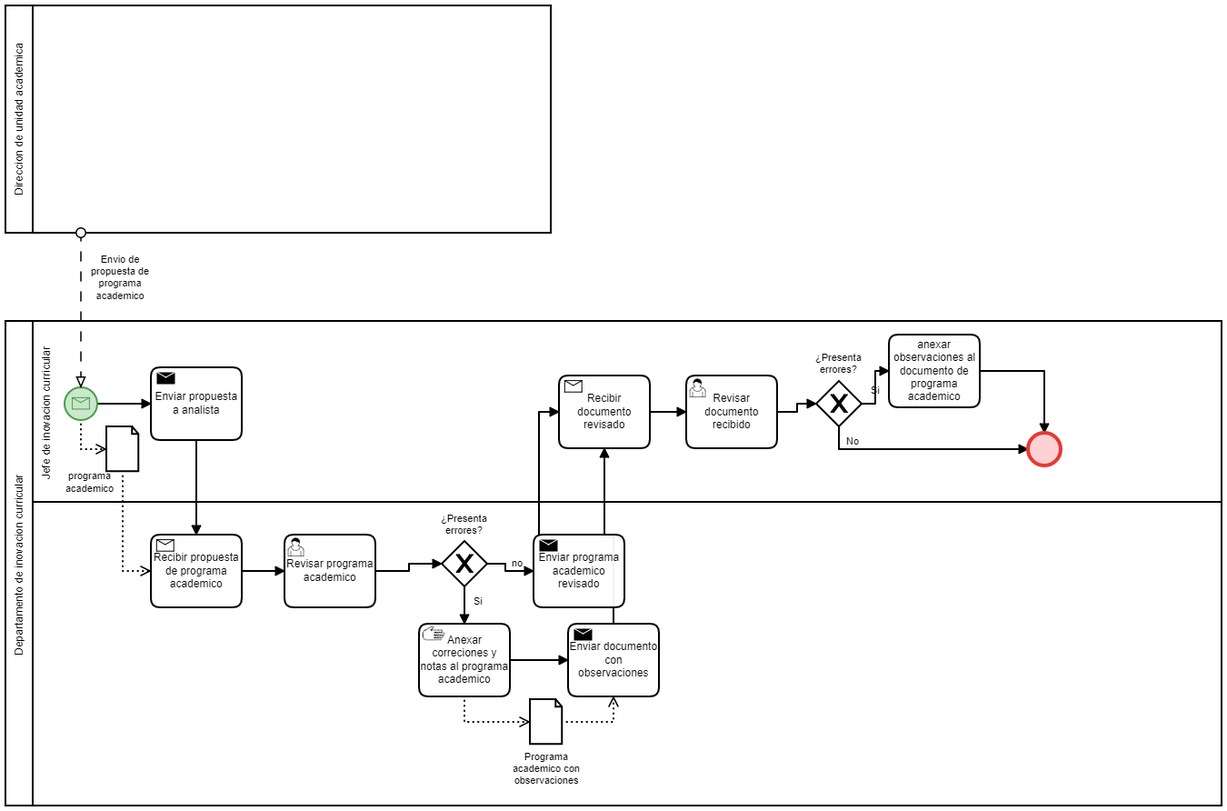
This is MACROPROCESO/proceso_validarPA.png from SoftwareEngineerESCOM/IngSof, a BPMN export, as it was before one commit. Its source is kept beside it as MACROPROCESO/proceso_validarPA.bpmn. Ids are renumbered.
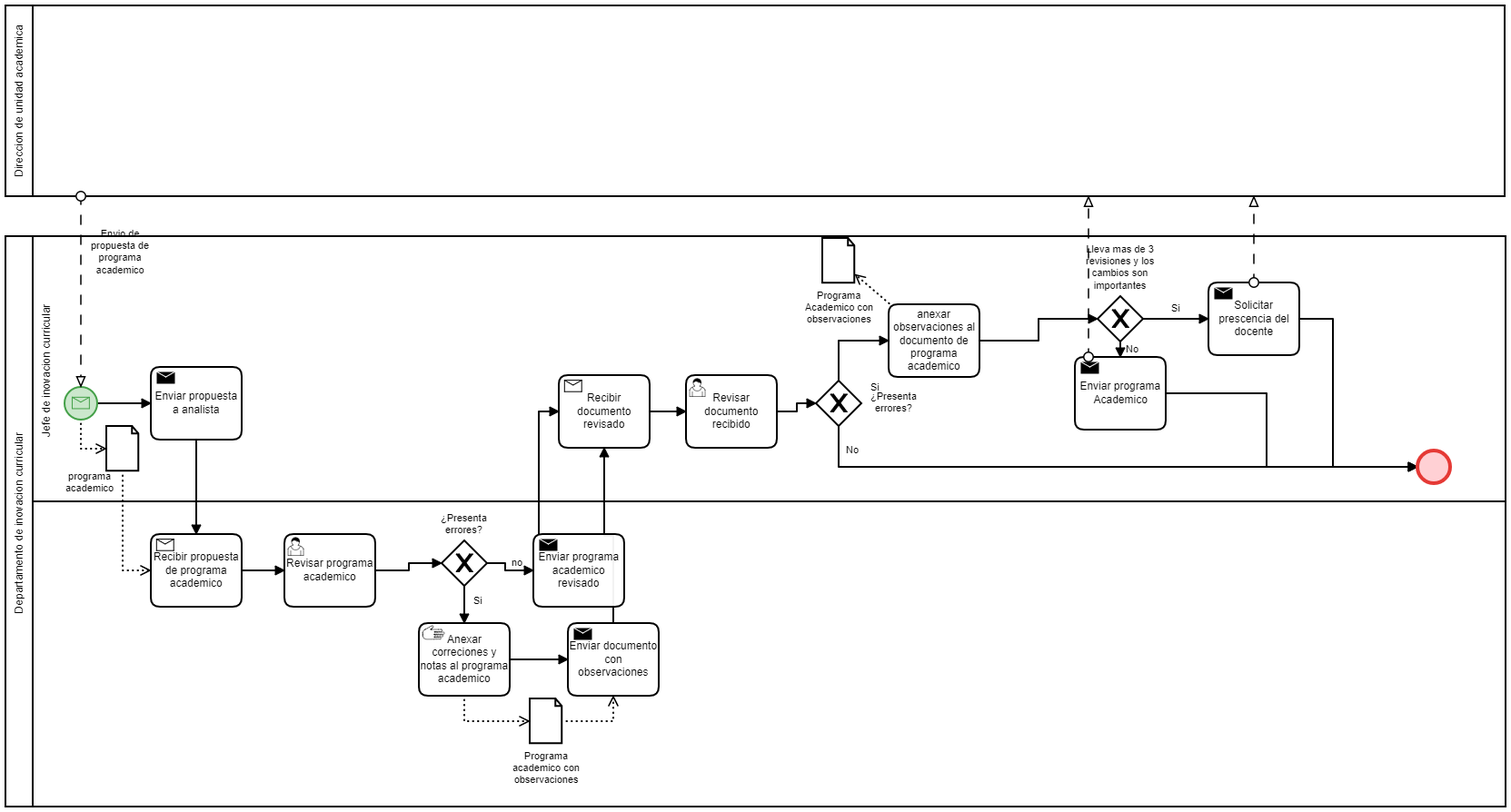
After the commit.

Commit message:
Correccion a proceso validarPA

Change to the diagram source:
```diff
@@ -3,6 +3,8 @@
     <bpmn:participant id="Participant_n3" name="Direccion de unidad academica" processRef="Process_1" />
     <bpmn:participant id="Participant_n4" name="Departamento de inovacion curricular " processRef="Process_n5" />
     <bpmn:messageFlow id="MessageFlow_n6" name="Envio de propuesta de programa academico" sourceRef="Participant_n3" targetRef="StartEvent_n7" />
+    <bpmn:messageFlow id="MessageFlow_n47" sourceRef="Task_n48" targetRef="Participant_n3" />
+    <bpmn:messageFlow id="MessageFlow_n49" sourceRef="Task_n50" targetRef="Participant_n3" />
   </bpmn:collaboration>
   <bpmn:process id="Process_1" isExecutable="true" />
   <bpmn:process id="Process_n5" isExecutable="false">
@@ -14,6 +16,9 @@
         <bpmn:flowNodeRef>Task_n12</bpmn:flowNodeRef>
         <bpmn:flowNodeRef>ExclusiveGateway_n13</bpmn:flowNodeRef>
         <bpmn:flowNodeRef>Task_n14</bpmn:flowNodeRef>
+        <bpmn:flowNodeRef>ExclusiveGateway_n51</bpmn:flowNodeRef>
+        <bpmn:flowNodeRef>Task_n50</bpmn:flowNodeRef>
+        <bpmn:flowNodeRef>Task_n48</bpmn:flowNodeRef>
         <bpmn:flowNodeRef>EndEvent_n15</bpmn:flowNodeRef>
       </bpmn:lane>
       <bpmn:lane id="Lane_n16">
@@ -100,44 +105,67 @@
     <bpmn:exclusiveGateway id="ExclusiveGateway_n13" name="¿Presenta errores?">
       <bpmn:incoming>SequenceFlow_n43</bpmn:incoming>
       <bpmn:outgoing>SequenceFlow_n44</bpmn:outgoing>
-      <bpmn:outgoing>SequenceFlow_n45</bpmn:outgoing>
+      <bpmn:outgoing>SequenceFlow_n52</bpmn:outgoing>
     </bpmn:exclusiveGateway>
     <bpmn:sequenceFlow id="SequenceFlow_n43" sourceRef="Task_n12" targetRef="ExclusiveGateway_n13" />
+    <bpmn:sequenceFlow id="SequenceFlow_n44" name="Si" sourceRef="ExclusiveGateway_n13" targetRef="Task_n14" />
     <bpmn:task id="Task_n14" name="anexar observaciones al documento de programa academico">
       <bpmn:incoming>SequenceFlow_n44</bpmn:incoming>
-      <bpmn:outgoing>SequenceFlow_n46</bpmn:outgoing>
+      <bpmn:outgoing>SequenceFlow_n53</bpmn:outgoing>
+      <bpmn:dataOutputAssociation id="DataOutputAssociation_n54">
+        <bpmn:targetRef>DataObjectReference_n55</bpmn:targetRef>
+      </bpmn:dataOutputAssociation>
     </bpmn:task>
-    <bpmn:sequenceFlow id="SequenceFlow_n44" name="Si" sourceRef="ExclusiveGateway_n13" targetRef="Task_n14" />
+    <bpmn:sequenceFlow id="SequenceFlow_n53" sourceRef="Task_n14" targetRef="ExclusiveGateway_n51" />
+    <bpmn:dataObjectReference id="DataObjectReference_n55" name="Programa Academico con observaciones " dataObjectRef="DataObject_n56" />
+    <bpmn:dataObject id="DataObject_n56" />
+    <bpmn:exclusiveGateway id="ExclusiveGateway_n51" name="Lleva mas de 3 revisiones y los cambios son importantes ">
+      <bpmn:incoming>SequenceFlow_n53</bpmn:incoming>
+      <bpmn:outgoing>SequenceFlow_n57</bpmn:outgoing>
+      <bpmn:outgoing>SequenceFlow_n58</bpmn:outgoing>
+    </bpmn:exclusiveGateway>
+    <bpmn:sequenceFlow id="SequenceFlow_n57" name="Si" sourceRef="ExclusiveGateway_n51" targetRef="Task_n50" />
+    <bpmn:sequenceFlow id="SequenceFlow_n58" name="No " sourceRef="ExclusiveGateway_n51" targetRef="Task_n48" />
+    <bpmn:sendTask id="Task_n50" name="Solicitar prescencia del docente  ">
+      <bpmn:incoming>SequenceFlow_n57</bpmn:incoming>
+      <bpmn:outgoing>SequenceFlow_n59</bpmn:outgoing>
+    </bpmn:sendTask>
+    <bpmn:sequenceFlow id="SequenceFlow_n60" sourceRef="Task_n48" targetRef="EndEvent_n15" />
+    <bpmn:sequenceFlow id="SequenceFlow_n59" sourceRef="Task_n50" targetRef="EndEvent_n15" />
+    <bpmn:sendTask id="Task_n48" name="Enviar programa Academico ">
+      <bpmn:incoming>SequenceFlow_n58</bpmn:incoming>
+      <bpmn:outgoing>SequenceFlow_n60</bpmn:outgoing>
+    </bpmn:sendTask>
     <bpmn:endEvent id="EndEvent_n15">
-      <bpmn:incoming>SequenceFlow_n45</bpmn:incoming>
-      <bpmn:incoming>SequenceFlow_n46</bpmn:incoming>
+      <bpmn:incoming>SequenceFlow_n60</bpmn:incoming>
+      <bpmn:incoming>SequenceFlow_n59</bpmn:incoming>
+      <bpmn:incoming>SequenceFlow_n52</bpmn:incoming>
     </bpmn:endEvent>
-    <bpmn:sequenceFlow id="SequenceFlow_n45" name="No" sourceRef="ExclusiveGateway_n13" targetRef="EndEvent_n15" />
-    <bpmn:sequenceFlow id="SequenceFlow_n46" sourceRef="Task_n14" targetRef="EndEvent_n15" />
+    <bpmn:sequenceFlow id="SequenceFlow_n52" name="No" sourceRef="ExclusiveGateway_n13" targetRef="EndEvent_n15" />
   </bpmn:process>
   <bpmndi:BPMNDiagram id="BPMNDiagram_1">
     <bpmndi:BPMNPlane id="BPMNPlane_1" bpmnElement="Collaboration_n2">
       <bpmndi:BPMNShape id="Participant_n3_di" bpmnElement="Participant_n3">
-        <dc:Bounds x="123" y="1" width="600" height="250" />
+        <dc:Bounds x="123" y="1" width="1650" height="210" />
       </bpmndi:BPMNShape>
       <bpmndi:BPMNShape id="Participant_n4_di" bpmnElement="Participant_n4">
-        <dc:Bounds x="123" y="348" width="1338" height="533" />
+        <dc:Bounds x="123" y="255" width="1651" height="628" />
       </bpmndi:BPMNShape>
       <bpmndi:BPMNShape id="StartEvent_0cvyrt8_di" bpmnElement="StartEvent_n7" bioc:stroke="#43A047" bioc:fill="#C8E6C9">
         <dc:Bounds x="188" y="421" width="36" height="36" />
       </bpmndi:BPMNShape>
       <bpmndi:BPMNEdge id="MessageFlow_n6_di" bpmnElement="MessageFlow_n6">
-        <di:waypoint x="206" y="251" />
+        <di:waypoint x="206" y="211" />
         <di:waypoint x="206" y="421" />
         <bpmndi:BPMNLabel>
-          <dc:Bounds x="217" y="274" width="65" height="53" />
+          <dc:Bounds x="217" y="246" width="65" height="53" />
         </bpmndi:BPMNLabel>
       </bpmndi:BPMNEdge>
       <bpmndi:BPMNShape id="Lane_n9_di" bpmnElement="Lane_n9">
-        <dc:Bounds x="153" y="348" width="1308" height="199" />
+        <dc:Bounds x="153" y="255" width="1621" height="292" />
       </bpmndi:BPMNShape>
       <bpmndi:BPMNShape id="Lane_n16_di" bpmnElement="Lane_n16">
-        <dc:Bounds x="153" y="547" width="1308" height="334" />
+        <dc:Bounds x="153" y="547" width="1621" height="336" />
       </bpmndi:BPMNShape>
       <bpmndi:BPMNShape id="SendTask_07dr681_di" bpmnElement="Task_n10">
         <dc:Bounds x="283" y="399" width="100" height="80" />
@@ -257,7 +285,7 @@
       <bpmndi:BPMNShape id="ExclusiveGateway_n13_di" bpmnElement="ExclusiveGateway_n13" isMarkerVisible="true">
         <dc:Bounds x="1015" y="414" width="50" height="50" />
         <bpmndi:BPMNLabel>
-          <dc:Bounds x="1014" y="382" width="52" height="27" />
+          <dc:Bounds x="1075" y="425" width="52" height="27" />
         </bpmndi:BPMNLabel>
       </bpmndi:BPMNShape>
       <bpmndi:BPMNEdge id="SequenceFlow_n43_di" bpmnElement="SequenceFlow_n43">
@@ -267,32 +295,88 @@
         <di:waypoint x="1015" y="439" />
       </bpmndi:BPMNEdge>
       <bpmndi:BPMNShape id="Task_n14_di" bpmnElement="Task_n14">
-        <dc:Bounds x="1095" y="363" width="100" height="80" />
+        <dc:Bounds x="1095" y="330" width="100" height="80" />
       </bpmndi:BPMNShape>
       <bpmndi:BPMNEdge id="SequenceFlow_n44_di" bpmnElement="SequenceFlow_n44">
-        <di:waypoint x="1065" y="439" />
-        <di:waypoint x="1080" y="439" />
-        <di:waypoint x="1080" y="403" />
-        <di:waypoint x="1095" y="403" />
+        <di:waypoint x="1040" y="414" />
+        <di:waypoint x="1040" y="370" />
+        <di:waypoint x="1095" y="370" />
         <bpmndi:BPMNLabel>
-          <dc:Bounds x="1075" y="418" width="10" height="14" />
+          <dc:Bounds x="1075" y="415" width="10" height="14" />
         </bpmndi:BPMNLabel>
       </bpmndi:BPMNEdge>
       <bpmndi:BPMNShape id="EndEvent_n15_di" bpmnElement="EndEvent_n15" bioc:stroke="#E53935" bioc:fill="#FFCDD2">
-        <dc:Bounds x="1248" y="471" width="36" height="36" />
+        <dc:Bounds x="1677" y="491" width="36" height="36" />
       </bpmndi:BPMNShape>
-      <bpmndi:BPMNEdge id="SequenceFlow_n45_di" bpmnElement="SequenceFlow_n45">
-        <di:waypoint x="1040" y="464" />
-        <di:waypoint x="1040" y="489" />
-        <di:waypoint x="1248" y="489" />
+      <bpmndi:BPMNShape id="DataObjectReference_n55_di" bpmnElement="DataObjectReference_n55">
+        <dc:Bounds x="1022" y="257" width="36" height="50" />
         <bpmndi:BPMNLabel>
-          <dc:Bounds x="1048" y="474" width="15" height="14" />
+          <dc:Bounds x="1003" y="314" width="75" height="40" />
+        </bpmndi:BPMNLabel>
+      </bpmndi:BPMNShape>
+      <bpmndi:BPMNEdge id="DataOutputAssociation_n54_di" bpmnElement="DataOutputAssociation_n54">
+        <di:waypoint x="1099" y="332" />
+        <di:waypoint x="1058" y="297" />
+      </bpmndi:BPMNEdge>
+      <bpmndi:BPMNShape id="ExclusiveGateway_n51_di" bpmnElement="ExclusiveGateway_n51" isMarkerVisible="true">
+        <dc:Bounds x="1325" y="321" width="50" height="50" />
+        <bpmndi:BPMNLabel>
+          <dc:Bounds x="1312" y="263" width="76" height="53" />
+        </bpmndi:BPMNLabel>
+      </bpmndi:BPMNShape>
+      <bpmndi:BPMNEdge id="SequenceFlow_n53_di" bpmnElement="SequenceFlow_n53">
+        <di:waypoint x="1195" y="370" />
+        <di:waypoint x="1260" y="370" />
+        <di:waypoint x="1260" y="346" />
+        <di:waypoint x="1325" y="346" />
+      </bpmndi:BPMNEdge>
+      <bpmndi:BPMNEdge id="SequenceFlow_n57_di" bpmnElement="SequenceFlow_n57">
+        <di:waypoint x="1375" y="346" />
+        <di:waypoint x="1447" y="346" />
+        <bpmndi:BPMNLabel>
+          <dc:Bounds x="1406" y="328" width="10" height="14" />
         </bpmndi:BPMNLabel>
       </bpmndi:BPMNEdge>
-      <bpmndi:BPMNEdge id="SequenceFlow_n46_di" bpmnElement="SequenceFlow_n46">
-        <di:waypoint x="1195" y="403" />
-        <di:waypoint x="1266" y="403" />
-        <di:waypoint x="1266" y="471" />
+      <bpmndi:BPMNEdge id="SequenceFlow_n58_di" bpmnElement="SequenceFlow_n58">
+        <di:waypoint x="1350" y="371" />
+        <di:waypoint x="1350" y="388" />
+        <bpmndi:BPMNLabel>
+          <dc:Bounds x="1356" y="373" width="18" height="14" />
+        </bpmndi:BPMNLabel>
+      </bpmndi:BPMNEdge>
+      <bpmndi:BPMNShape id="SendTask_0qnegf9_di" bpmnElement="Task_n48">
+        <dc:Bounds x="1300" y="388" width="100" height="80" />
+      </bpmndi:BPMNShape>
+      <bpmndi:BPMNShape id="SendTask_1s0ybgj_di" bpmnElement="Task_n50">
+        <dc:Bounds x="1447" y="306" width="100" height="80" />
+      </bpmndi:BPMNShape>
+      <bpmndi:BPMNEdge id="SequenceFlow_n60_di" bpmnElement="SequenceFlow_n60">
+        <di:waypoint x="1400" y="428" />
+        <di:waypoint x="1511" y="428" />
+        <di:waypoint x="1511" y="509" />
+        <di:waypoint x="1677" y="509" />
+      </bpmndi:BPMNEdge>
+      <bpmndi:BPMNEdge id="SequenceFlow_n59_di" bpmnElement="SequenceFlow_n59">
+        <di:waypoint x="1547" y="346" />
+        <di:waypoint x="1584" y="346" />
+        <di:waypoint x="1584" y="509" />
+        <di:waypoint x="1677" y="509" />
+      </bpmndi:BPMNEdge>
+      <bpmndi:BPMNEdge id="MessageFlow_n47_di" bpmnElement="MessageFlow_n47">
+        <di:waypoint x="1315" y="388" />
+        <di:waypoint x="1315" y="211" />
+      </bpmndi:BPMNEdge>
+      <bpmndi:BPMNEdge id="MessageFlow_n49_di" bpmnElement="MessageFlow_n49">
+        <di:waypoint x="1497" y="306" />
+        <di:waypoint x="1497" y="211" />
+      </bpmndi:BPMNEdge>
+      <bpmndi:BPMNEdge id="SequenceFlow_n52_di" bpmnElement="SequenceFlow_n52">
+        <di:waypoint x="1040" y="464" />
+        <di:waypoint x="1040" y="509" />
+        <di:waypoint x="1677" y="509" />
+        <bpmndi:BPMNLabel>
+          <dc:Bounds x="1048" y="484" width="15" height="14" />
+        </bpmndi:BPMNLabel>
       </bpmndi:BPMNEdge>
     </bpmndi:BPMNPlane>
   </bpmndi:BPMNDiagram>
```
